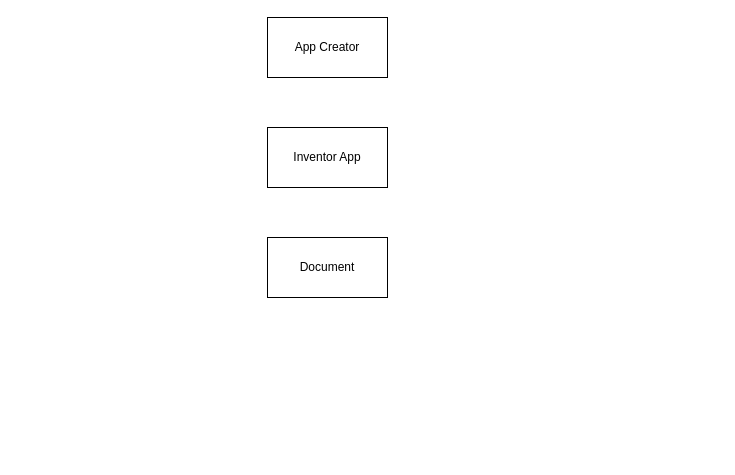
This is python_source/FabAuto/doc/class.drawio from JKCHacking/PTCC_SCRIPTS, a draw.io file, before an edit. Source tidied: cells renumbered, new cells numbered last; positions are measured from the earlier drawing's top-left corner, leaving out a move shared by most shapes. Both pictures are drawn from the tidied source at 100%, with x=0, y=0 at pixel (267, 17).
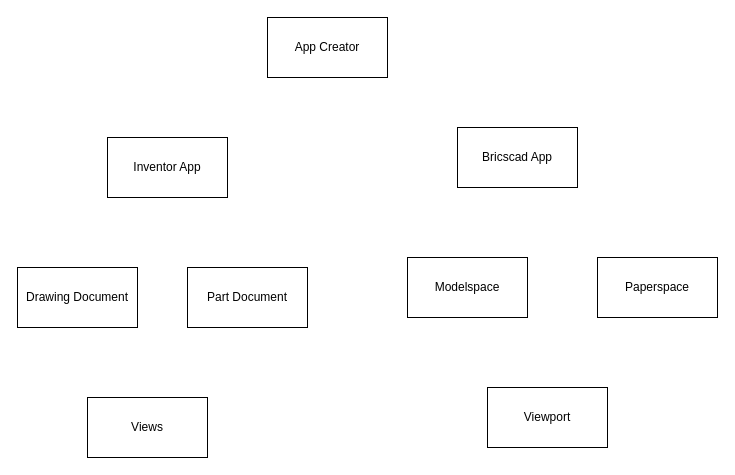
The same page after the edit.

Commit message (it also covers changes not shown here):
[FabAuto] added implementation for getting ipt file in input folder. updated doc design

What changed in the source:
```diff
@@
 <mxGraphModel>
   <root>
     <mxCell id="0" />
     <mxCell id="1" parent="0" />
-    <mxCell id="2" value="Document" style="whiteSpace=wrap;html=1;" parent="1" vertex="1">
-      <mxGeometry y="220" width="120" height="60" as="geometry" />
-    </mxCell>
     <mxCell id="3" value="Inventor App" style="whiteSpace=wrap;html=1;" parent="1" vertex="1">
-      <mxGeometry y="110" width="120" height="60" as="geometry" />
+      <mxGeometry x="-160" y="120" width="120" height="60" as="geometry" />
     </mxCell>
     <mxCell id="4" value="App Creator" style="whiteSpace=wrap;html=1;" parent="1" vertex="1">
       <mxGeometry width="120" height="60" as="geometry" />
     </mxCell>
+    <mxCell id="5" value="Bricscad App" style="whiteSpace=wrap;html=1;" parent="1" vertex="1">
+      <mxGeometry x="190" y="110" width="120" height="60" as="geometry" />
+    </mxCell>
+    <mxCell id="6" value="Drawing Document" style="whiteSpace=wrap;html=1;" parent="1" vertex="1">
+      <mxGeometry x="-250" y="250" width="120" height="60" as="geometry" />
+    </mxCell>
+    <mxCell id="7" value="Part Document" style="whiteSpace=wrap;html=1;" parent="1" vertex="1">
+      <mxGeometry x="-80" y="250" width="120" height="60" as="geometry" />
+    </mxCell>
+    <mxCell id="8" value="Modelspace" style="whiteSpace=wrap;html=1;" parent="1" vertex="1">
+      <mxGeometry x="140" y="240" width="120" height="60" as="geometry" />
+    </mxCell>
+    <mxCell id="9" value="Paperspace" style="whiteSpace=wrap;html=1;" parent="1" vertex="1">
+      <mxGeometry x="330" y="240" width="120" height="60" as="geometry" />
+    </mxCell>
+    <mxCell id="10" value="Views" style="whiteSpace=wrap;html=1;" parent="1" vertex="1">
+      <mxGeometry x="-180" y="380" width="120" height="60" as="geometry" />
+    </mxCell>
+    <mxCell id="11" value="Viewport" style="whiteSpace=wrap;html=1;" parent="1" vertex="1">
+      <mxGeometry x="220" y="370" width="120" height="60" as="geometry" />
+    </mxCell>
   </root>
 </mxGraphModel>
```
